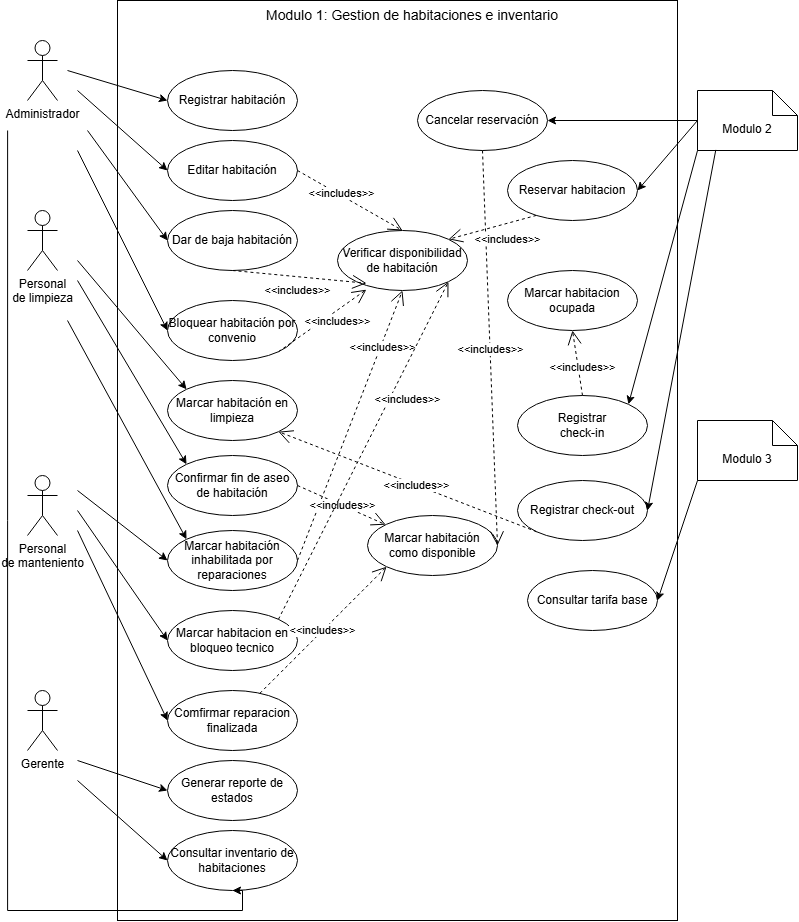
Earlier version of the draw.io export documentos/cdu-modulo-1.png (MirianMarriaga/hospitua-module-1). Source tidied: cells renumbered, new cells last; positions are measured from the earlier drawing's top-left corner, leaving out a move shared by most shapes.
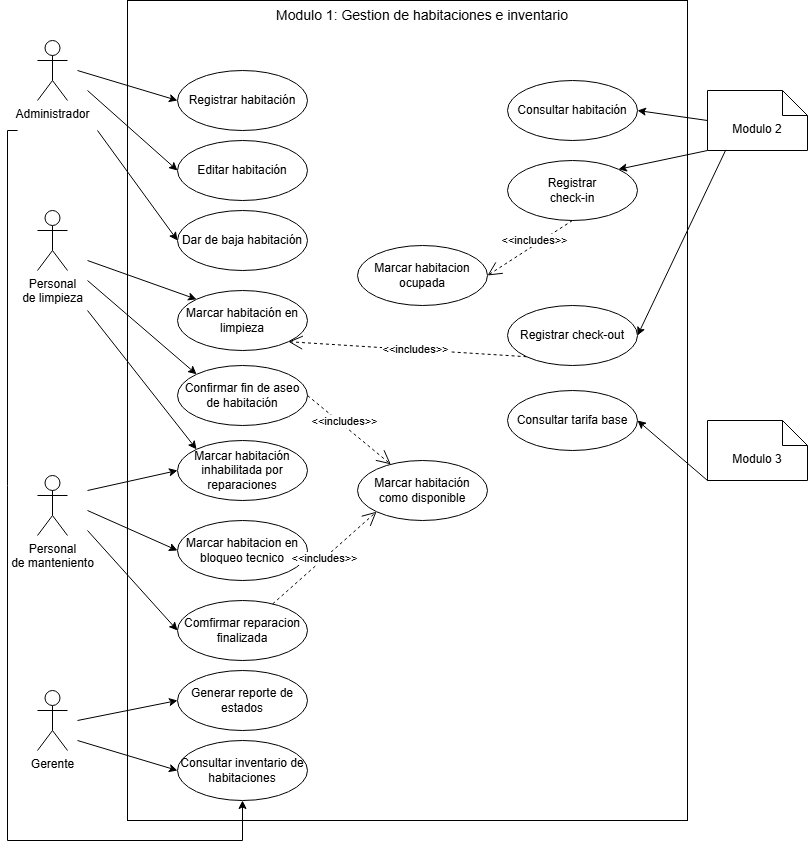
After the commit.

Commit message:
docs: actualización de casos de uso

The edit, as a diff of the source:
```diff
@@ -3,7 +3,7 @@
     <mxCell id="0" />
     <mxCell id="1" parent="0" />
     <mxCell id="2" style="rounded=0;whiteSpace=wrap;html=1;rotation=-90;fillColor=none;" parent="1" vertex="1">
-      <mxGeometry y="180" width="920" height="560" as="geometry" />
+      <mxGeometry x="50" y="130" width="820" height="560" as="geometry" />
     </mxCell>
     <mxCell id="3" value="Administrador" style="shape=umlActor;verticalLabelPosition=bottom;verticalAlign=top;html=1;" parent="1" vertex="1">
       <mxGeometry x="90" y="40" width="30" height="60" as="geometry" />
@@ -48,7 +48,7 @@
       </mxGeometry>
     </mxCell>
     <mxCell id="15" value="Marcar habitación en limpieza" style="ellipse;whiteSpace=wrap;html=1;" parent="1" vertex="1">
-      <mxGeometry x="230" y="380" width="130" height="60" as="geometry" />
+      <mxGeometry x="230" y="290" width="130" height="60" as="geometry" />
     </mxCell>
     <mxCell id="16" style="endArrow=classic;html=1;rounded=0;endFill=1;entryX=0;entryY=0;entryDx=0;entryDy=0;" parent="1" edge="1" target="15">
       <mxGeometry relative="1" as="geometry">
@@ -59,7 +59,7 @@
       <mxGeometry x="90" y="475" width="30" height="60" as="geometry" />
     </mxCell>
     <mxCell id="18" value="Confirmar fin de aseo&lt;div&gt;de habitación&lt;/div&gt;" style="ellipse;whiteSpace=wrap;html=1;" parent="1" vertex="1">
-      <mxGeometry x="230" y="455" width="130" height="60" as="geometry" />
+      <mxGeometry x="230" y="365" width="130" height="60" as="geometry" />
     </mxCell>
     <mxCell id="19" style="endArrow=classic;html=1;rounded=0;endFill=1;entryX=0;entryY=0;entryDx=0;entryDy=0;" parent="1" edge="1" target="18">
       <mxGeometry relative="1" as="geometry">
@@ -67,21 +67,21 @@
       </mxGeometry>
     </mxCell>
     <mxCell id="20" value="Marcar habitación inhabilitada por reparaciones" style="ellipse;whiteSpace=wrap;html=1;" parent="1" vertex="1">
-      <mxGeometry x="230" y="530" width="130" height="60" as="geometry" />
+      <mxGeometry x="230" y="440" width="130" height="60" as="geometry" />
     </mxCell>
     <mxCell id="21" style="endArrow=classic;html=1;rounded=0;endFill=1;entryX=0;entryY=0.5;entryDx=0;entryDy=0;" parent="1" edge="1" target="20">
       <mxGeometry relative="1" as="geometry">
         <mxPoint x="140" y="490" as="sourcePoint" />
       </mxGeometry>
     </mxCell>
-    <mxCell id="22" value="Reservar habitacion" style="ellipse;whiteSpace=wrap;html=1;" parent="1" vertex="1">
-      <mxGeometry x="570" y="160" width="130" height="60" as="geometry" />
+    <mxCell id="22" value="Consultar habitación" style="ellipse;whiteSpace=wrap;html=1;" parent="1" vertex="1">
+      <mxGeometry x="560" y="80" width="130" height="60" as="geometry" />
     </mxCell>
     <mxCell id="23" style="endArrow=classic;html=1;rounded=0;endFill=1;entryX=1;entryY=0.5;entryDx=0;entryDy=0;exitX=0;exitY=0.5;exitDx=0;exitDy=0;exitPerimeter=0;" parent="1" edge="1" source="7" target="22">
       <mxGeometry relative="1" as="geometry" />
     </mxCell>
     <mxCell id="24" value="Comfirmar reparacion finalizada" style="ellipse;whiteSpace=wrap;html=1;" parent="1" vertex="1">
-      <mxGeometry x="230" y="690" width="130" height="60" as="geometry" />
+      <mxGeometry x="230" y="600" width="130" height="60" as="geometry" />
     </mxCell>
     <mxCell id="25" style="endArrow=classic;html=1;rounded=0;endFill=1;entryX=0;entryY=0.5;entryDx=0;entryDy=0;" parent="1" edge="1" target="24">
       <mxGeometry relative="1" as="geometry">
@@ -89,24 +89,24 @@
       </mxGeometry>
     </mxCell>
     <mxCell id="26" value="Consultar tarifa base" style="ellipse;whiteSpace=wrap;html=1;" parent="1" vertex="1">
-      <mxGeometry x="590" y="570" width="130" height="60" as="geometry" />
+      <mxGeometry x="560" y="390" width="130" height="60" as="geometry" />
     </mxCell>
     <mxCell id="27" style="endArrow=classic;html=1;rounded=0;endFill=1;entryX=1;entryY=0.5;entryDx=0;entryDy=0;exitX=0;exitY=1;exitDx=0;exitDy=0;exitPerimeter=0;" parent="1" edge="1" source="8" target="26">
       <mxGeometry relative="1" as="geometry" />
     </mxCell>
     <mxCell id="28" value="Consultar inventario de habitaciones" style="ellipse;whiteSpace=wrap;html=1;" parent="1" vertex="1">
-      <mxGeometry x="230" y="830" width="130" height="60" as="geometry" />
+      <mxGeometry x="230" y="740" width="130" height="60" as="geometry" />
     </mxCell>
     <mxCell id="29" style="endArrow=classic;html=1;rounded=0;endFill=1;entryX=0;entryY=0.5;entryDx=0;entryDy=0;" parent="1" edge="1" target="28">
       <mxGeometry relative="1" as="geometry">
-        <mxPoint x="140" y="780" as="sourcePoint" />
+        <mxPoint x="130" y="740" as="sourcePoint" />
       </mxGeometry>
     </mxCell>
     <mxCell id="30" value="Registrar&lt;div&gt;check-in&lt;/div&gt;" style="ellipse;whiteSpace=wrap;html=1;" parent="1" vertex="1">
-      <mxGeometry x="580" y="395" width="130" height="60" as="geometry" />
+      <mxGeometry x="560" y="160" width="130" height="60" as="geometry" />
     </mxCell>
     <mxCell id="31" value="Registrar check-out" style="ellipse;whiteSpace=wrap;html=1;" parent="1" vertex="1">
-      <mxGeometry x="580" y="480" width="130" height="60" as="geometry" />
+      <mxGeometry x="560" y="305" width="130" height="60" as="geometry" />
     </mxCell>
     <mxCell id="32" style="endArrow=classic;html=1;rounded=0;endFill=1;entryX=1;entryY=0;entryDx=0;entryDy=0;exitX=0;exitY=1;exitDx=0;exitDy=0;exitPerimeter=0;" parent="1" edge="1" source="7" target="30">
       <mxGeometry relative="1" as="geometry" />
@@ -120,10 +120,10 @@
       </mxGeometry>
     </mxCell>
     <mxCell id="35" value="Generar reporte de estados" style="ellipse;whiteSpace=wrap;html=1;" parent="1" vertex="1">
-      <mxGeometry x="230" y="760" width="130" height="60" as="geometry" />
+      <mxGeometry x="230" y="670" width="130" height="60" as="geometry" />
     </mxCell>
     <mxCell id="36" value="Marcar habitacion en bloqueo tecnico" style="ellipse;whiteSpace=wrap;html=1;" parent="1" vertex="1">
-      <mxGeometry x="230" y="610" width="130" height="60" as="geometry" />
+      <mxGeometry x="230" y="520" width="130" height="60" as="geometry" />
     </mxCell>
     <mxCell id="37" style="endArrow=classic;html=1;rounded=0;endFill=1;entryX=0;entryY=0.5;entryDx=0;entryDy=0;" parent="1" edge="1" target="36">
       <mxGeometry relative="1" as="geometry">
@@ -132,80 +132,38 @@
     </mxCell>
     <mxCell id="38" style="endArrow=classic;html=1;rounded=0;endFill=1;entryX=0;entryY=0.5;entryDx=0;entryDy=0;" parent="1" edge="1" target="35">
       <mxGeometry relative="1" as="geometry">
-        <mxPoint x="140" y="760" as="sourcePoint" />
+        <mxPoint x="130" y="720" as="sourcePoint" />
       </mxGeometry>
     </mxCell>
-    <mxCell id="39" value="Verificar disponibilidad de habitación" style="ellipse;whiteSpace=wrap;html=1;" parent="1" vertex="1">
-      <mxGeometry x="400" y="230" width="130" height="60" as="geometry" />
-    </mxCell>
-    <mxCell id="40" value="&amp;lt;&amp;lt;includes&amp;gt;&amp;gt;" style="endArrow=open;endSize=12;dashed=1;html=1;rounded=0;entryX=0.5;entryY=0;entryDx=0;entryDy=0;exitX=1;exitY=0.5;exitDx=0;exitDy=0;" parent="1" edge="1" source="11" target="39">
-      <mxGeometry x="-0.19" y="2" relative="1" as="geometry" />
-    </mxCell>
-    <mxCell id="41" value="&amp;lt;&amp;lt;includes&amp;gt;&amp;gt;" style="endArrow=open;endSize=12;dashed=1;html=1;rounded=0;exitX=1;exitY=0.5;exitDx=0;exitDy=0;entryX=0.5;entryY=1;entryDx=0;entryDy=0;" parent="1" edge="1" source="20" target="39">
-      <mxGeometry x="0.57" y="-2" relative="1" as="geometry">
-        <mxPoint y="-1" as="offset" />
-      </mxGeometry>
-    </mxCell>
     <mxCell id="42" value="Marcar habitación&lt;div&gt;como disponible&lt;/div&gt;" style="ellipse;whiteSpace=wrap;html=1;" parent="1" vertex="1">
-      <mxGeometry x="430" y="515" width="130" height="60" as="geometry" />
+      <mxGeometry x="410" y="460" width="130" height="60" as="geometry" />
     </mxCell>
     <mxCell id="43" value="&amp;lt;&amp;lt;includes&amp;gt;&amp;gt;" style="endArrow=open;endSize=12;dashed=1;html=1;rounded=0;exitX=1;exitY=0.5;exitDx=0;exitDy=0;" parent="1" edge="1" source="18" target="42">
-      <mxGeometry x="0.01" relative="1" as="geometry" />
+      <mxGeometry x="-0.17" y="4" relative="1" as="geometry" />
     </mxCell>
     <mxCell id="44" value="&amp;lt;&amp;lt;includes&amp;gt;&amp;gt;" style="endArrow=open;endSize=12;dashed=1;html=1;rounded=0;entryX=0;entryY=1;entryDx=0;entryDy=0;" parent="1" edge="1" source="24" target="42">
       <mxGeometry relative="1" as="geometry" />
     </mxCell>
     <mxCell id="45" value="Marcar habitacion ocupada" style="ellipse;whiteSpace=wrap;html=1;" parent="1" vertex="1">
-      <mxGeometry x="570" y="270" width="130" height="60" as="geometry" />
+      <mxGeometry x="410" y="245" width="130" height="60" as="geometry" />
     </mxCell>
-    <mxCell id="46" value="&amp;lt;&amp;lt;includes&amp;gt;&amp;gt;" style="endArrow=open;endSize=12;dashed=1;html=1;rounded=0;entryX=0.5;entryY=1;entryDx=0;entryDy=0;exitX=0.5;exitY=0;exitDx=0;exitDy=0;" parent="1" edge="1" source="30" target="45">
+    <mxCell id="46" value="&amp;lt;&amp;lt;includes&amp;gt;&amp;gt;" style="endArrow=open;endSize=12;dashed=1;html=1;rounded=0;entryX=1;entryY=0.5;entryDx=0;entryDy=0;exitX=0.5;exitY=1;exitDx=0;exitDy=0;" parent="1" edge="1" source="30" target="45">
       <mxGeometry x="-0.14" y="-4" relative="1" as="geometry" />
     </mxCell>
-    <mxCell id="47" value="Cancelar reservación" style="ellipse;whiteSpace=wrap;html=1;" parent="1" vertex="1">
-      <mxGeometry x="480" y="90" width="130" height="60" as="geometry" />
-    </mxCell>
-    <mxCell id="48" value="&amp;lt;&amp;lt;includes&amp;gt;&amp;gt;" style="endArrow=open;endSize=12;dashed=1;html=1;rounded=0;exitX=0.5;exitY=1;exitDx=0;exitDy=0;entryX=1;entryY=0.5;entryDx=0;entryDy=0;" parent="1" edge="1" source="47" target="42">
-      <mxGeometry x="0.01" relative="1" as="geometry" />
-    </mxCell>
-    <mxCell id="49" style="endArrow=classic;html=1;rounded=0;endFill=1;entryX=1;entryY=0.5;entryDx=0;entryDy=0;" parent="1" edge="1" source="7" target="47">
-      <mxGeometry relative="1" as="geometry" />
-    </mxCell>
-    <mxCell id="50" value="Bloquear habitación por convenio" style="ellipse;whiteSpace=wrap;html=1;" parent="1" vertex="1">
-      <mxGeometry x="230" y="300" width="130" height="60" as="geometry" />
-    </mxCell>
-    <mxCell id="51" style="endArrow=classic;html=1;rounded=0;endFill=1;entryX=0;entryY=0.5;entryDx=0;entryDy=0;" parent="1" edge="1" target="50">
-      <mxGeometry relative="1" as="geometry">
-        <mxPoint x="140" y="150" as="sourcePoint" />
-      </mxGeometry>
-    </mxCell>
-    <mxCell id="52" value="&amp;lt;&amp;lt;includes&amp;gt;&amp;gt;" style="endArrow=open;endSize=12;dashed=1;html=1;rounded=0;exitX=1;exitY=0;exitDx=0;exitDy=0;entryX=1;entryY=1;entryDx=0;entryDy=0;" parent="1" edge="1" source="36" target="39">
-      <mxGeometry x="0.34" y="-17" relative="1" as="geometry">
-        <mxPoint y="-1" as="offset" />
-      </mxGeometry>
-    </mxCell>
-    <mxCell id="53" value="&amp;lt;&amp;lt;includes&amp;gt;&amp;gt;" style="endArrow=open;endSize=12;dashed=1;html=1;rounded=0;entryX=0.223;entryY=0.879;entryDx=0;entryDy=0;exitX=0.5;exitY=1;exitDx=0;exitDy=0;entryPerimeter=0;" parent="1" edge="1" source="12" target="39">
-      <mxGeometry x="-0.01" y="-14" relative="1" as="geometry" />
-    </mxCell>
     <mxCell id="54" style="endArrow=classic;html=1;rounded=0;endFill=1;edgeStyle=orthogonalEdgeStyle;entryX=0.5;entryY=1;entryDx=0;entryDy=0;" parent="1" edge="1" target="28">
       <mxGeometry relative="1" as="geometry">
         <mxPoint x="70.1" y="130" as="sourcePoint" />
         <Array as="points">
-          <mxPoint x="70" y="910" />
-          <mxPoint x="305" y="910" />
-          <mxPoint x="305" y="890" />
+          <mxPoint x="60" y="130" />
+          <mxPoint x="60" y="840" />
+          <mxPoint x="295" y="840" />
         </Array>
       </mxGeometry>
     </mxCell>
-    <mxCell id="55" value="&amp;lt;&amp;lt;includes&amp;gt;&amp;gt;" style="endArrow=open;endSize=12;dashed=1;html=1;rounded=0;entryX=0.222;entryY=0.986;entryDx=0;entryDy=0;exitX=1;exitY=1;exitDx=0;exitDy=0;entryPerimeter=0;" parent="1" edge="1" source="50" target="39">
-      <mxGeometry x="0.23" y="-9" relative="1" as="geometry" />
-    </mxCell>
     <mxCell id="56" style="endArrow=classic;html=1;rounded=0;endFill=1;entryX=0;entryY=0;entryDx=0;entryDy=0;" parent="1" edge="1" target="20">
       <mxGeometry relative="1" as="geometry">
-        <mxPoint x="130" y="320" as="sourcePoint" />
+        <mxPoint x="140" y="310" as="sourcePoint" />
       </mxGeometry>
     </mxCell>
-    <mxCell id="57" value="&amp;lt;&amp;lt;includes&amp;gt;&amp;gt;" style="endArrow=open;endSize=12;dashed=1;html=1;rounded=0;entryX=1;entryY=0;entryDx=0;entryDy=0;exitX=0.222;exitY=0.915;exitDx=0;exitDy=0;exitPerimeter=0;" parent="1" edge="1" source="22" target="39">
-      <mxGeometry x="-0.25" y="16" relative="1" as="geometry" />
-    </mxCell>
   </root>
 </mxGraphModel>
```
